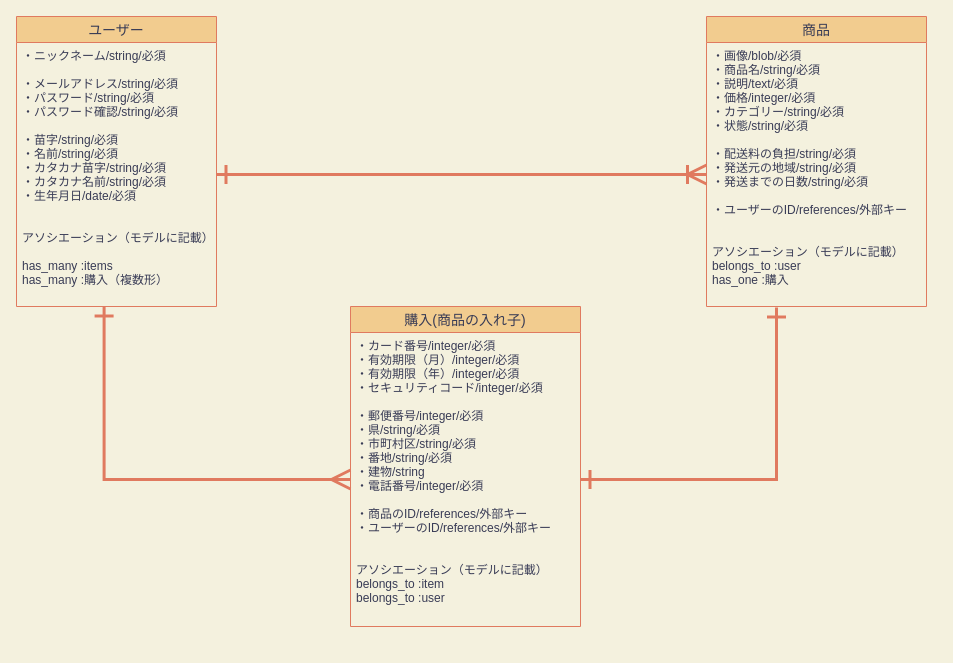
Sakao3/furima-32541 keeps this draw.io diagram as er_diagram/furima(Ja).dio. Above is the earlier version. Source tidied: cells renumbered, new cells numbered last; positions are measured from the earlier drawing's top-left corner, leaving out a move shared by most shapes. Both pictures are drawn from the tidied source at 100%, with x=0, y=0 at pixel (16, 16).
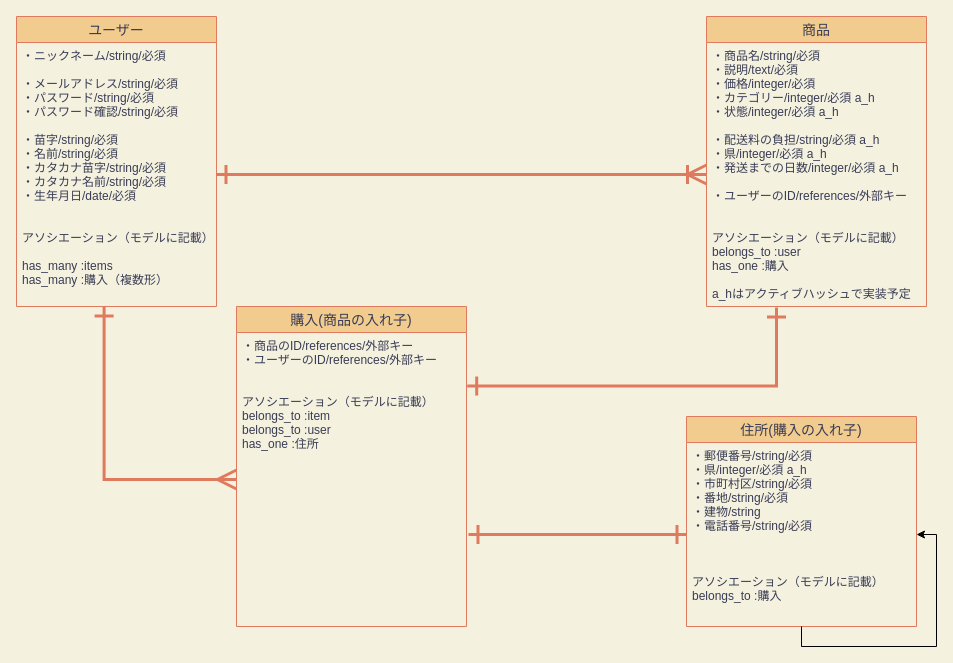
The same page after the edit.

Commit message (it also covers changes not shown here):
DB設計ER図　修正済

What changed in the source:
```diff
@@
 <mxGraphModel background="#F4F1DE">
   <root>
     <mxCell id="0" />
     <mxCell id="1" parent="0" />
     <mxCell id="2" value="ユーザー" style="swimlane;fontStyle=0;horizontal=1;startSize=26;align=center;fontSize=14;fillColor=#F2CC8F;strokeColor=#E07A5F;fontColor=#393C56;" parent="1" vertex="1">
       <mxGeometry width="200" height="290" as="geometry" />
     </mxCell>
     <mxCell id="3" value="・ニックネーム/string/必須 &#10;&#10;・メールアドレス/string/必須&#10;・パスワード/string/必須&#10;・パスワード確認/string/必須&#10;&#10;・苗字/string/必須&#10;・名前/string/必須&#10;・カタカナ苗字/string/必須&#10;・カタカナ名前/string/必須&#10;・生年月日/date/必須&#10;&#10;&#10;アソシエーション（モデルに記載）&#10;&#10;has_many :items&#10;has_many :購入（複数形）" style="text;strokeColor=none;fillColor=none;spacingLeft=4;spacingRight=4;overflow=hidden;points=[[0,0.5],[1,0.5]];portConstraint=eastwest;fontSize=12;fontColor=#393C56;" parent="2" vertex="1">
       <mxGeometry y="26" width="200" height="264" as="geometry" />
     </mxCell>
     <mxCell id="4" value="商品" style="swimlane;fontStyle=0;horizontal=1;startSize=26;align=center;fontSize=14;fillColor=#F2CC8F;strokeColor=#E07A5F;fontColor=#393C56;" parent="1" vertex="1">
       <mxGeometry x="690" width="220" height="290" as="geometry" />
     </mxCell>
-    <mxCell id="5" value="・画像/blob/必須&#10;・商品名/string/必須&#10;・説明/text/必須&#10;・価格/integer/必須&#10;・カテゴリー/string/必須&#10;・状態/string/必須&#10;&#10;・配送料の負担/string/必須&#10;・発送元の地域/string/必須&#10;・発送までの日数/string/必須&#10;&#10;・ユーザーのID/references/外部キー&#10;&#10;&#10;アソシエーション（モデルに記載）&#10;belongs_to :user&#10;has_one :購入&#10;" style="text;strokeColor=none;fillColor=none;spacingLeft=4;spacingRight=4;overflow=hidden;points=[[0,0.5],[1,0.5]];portConstraint=eastwest;fontSize=12;fontColor=#393C56;" parent="4" vertex="1">
+    <mxCell id="5" value="・商品名/string/必須&#10;・説明/text/必須&#10;・価格/integer/必須&#10;・カテゴリー/integer/必須 a_h&#10;・状態/integer/必須 a_h&#10;&#10;・配送料の負担/string/必須 a_h&#10;・県/integer/必須 a_h&#10;・発送までの日数/integer/必須 a_h&#10;&#10;・ユーザーのID/references/外部キー&#10;&#10;&#10;アソシエーション（モデルに記載）&#10;belongs_to :user&#10;has_one :購入&#10;&#10;a_hはアクティブハッシュで実装予定&#10;" style="text;strokeColor=none;fillColor=none;spacingLeft=4;spacingRight=4;overflow=hidden;points=[[0,0.5],[1,0.5]];portConstraint=eastwest;fontSize=12;fontColor=#393C56;" parent="4" vertex="1">
       <mxGeometry y="26" width="220" height="264" as="geometry" />
     </mxCell>
-    <mxCell id="6" value="購入(商品の入れ子)" style="swimlane;fontStyle=0;horizontal=1;startSize=26;align=center;fontSize=14;fillColor=#F2CC8F;strokeColor=#E07A5F;fontColor=#393C56;" parent="1" vertex="1">
-      <mxGeometry x="334" y="290" width="230" height="320" as="geometry" />
-    </mxCell>
-    <mxCell id="7" value="・カード番号/integer/必須&#10;・有効期限（月）/integer/必須&#10;・有効期限（年）/integer/必須&#10;・セキュリティコード/integer/必須&#10;&#10;・郵便番号/integer/必須&#10;・県/string/必須&#10;・市町村区/string/必須&#10;・番地/string/必須&#10;・建物/string&#10;・電話番号/integer/必須&#10;&#10;・商品のID/references/外部キー&#10;・ユーザーのID/references/外部キー&#10;&#10;&#10;アソシエーション（モデルに記載）&#10;belongs_to :item&#10;belongs_to :user" style="text;strokeColor=none;fillColor=none;spacingLeft=4;spacingRight=4;overflow=hidden;points=[[0,0.5],[1,0.5]];portConstraint=eastwest;fontSize=12;fontColor=#393C56;" parent="6" vertex="1">
-      <mxGeometry y="26" width="230" height="294" as="geometry" />
-    </mxCell>
     <mxCell id="8" style="edgeStyle=orthogonalEdgeStyle;rounded=0;jumpSize=10;jettySize=auto;html=1;entryX=0;entryY=0.5;entryDx=0;entryDy=0;startArrow=ERone;startFill=0;startSize=15;sourcePerimeterSpacing=10;endArrow=ERoneToMany;endFill=0;strokeColor=#E07A5F;strokeWidth=3;exitX=1;exitY=0.5;exitDx=0;exitDy=0;endSize=15;targetPerimeterSpacing=10;labelBackgroundColor=#F4F1DE;fontColor=#393C56;" parent="1" edge="1" source="3" target="5">
       <mxGeometry relative="1" as="geometry" />
     </mxCell>
-    <mxCell id="9" style="edgeStyle=orthogonalEdgeStyle;rounded=0;jumpSize=10;jettySize=auto;html=1;startArrow=ERone;startFill=0;startSize=15;sourcePerimeterSpacing=10;endArrow=ERone;endFill=0;strokeColor=#E07A5F;strokeWidth=3;endSize=15;targetPerimeterSpacing=10;exitX=1;exitY=0.5;exitDx=0;exitDy=0;labelBackgroundColor=#F4F1DE;fontColor=#393C56;" parent="1" edge="1" source="7">
+    <mxCell id="9" style="edgeStyle=orthogonalEdgeStyle;rounded=0;jumpSize=10;jettySize=auto;html=1;startArrow=ERone;startFill=0;startSize=15;sourcePerimeterSpacing=10;endArrow=ERone;endFill=0;strokeColor=#E07A5F;strokeWidth=3;endSize=15;targetPerimeterSpacing=10;labelBackgroundColor=#F4F1DE;fontColor=#393C56;exitX=1.003;exitY=0.182;exitDx=0;exitDy=0;exitPerimeter=0;" parent="1" edge="1" source="7">
       <mxGeometry relative="1" as="geometry">
         <mxPoint x="760" y="291" as="targetPoint" />
         <Array as="points">
-          <mxPoint x="760" y="463" />
+          <mxPoint x="760" y="370" />
         </Array>
       </mxGeometry>
     </mxCell>
     <mxCell id="10" style="edgeStyle=orthogonalEdgeStyle;rounded=0;jumpSize=10;jettySize=auto;html=1;exitX=0;exitY=0.5;exitDx=0;exitDy=0;entryX=0.438;entryY=1;entryDx=0;entryDy=0;entryPerimeter=0;startArrow=ERmany;startFill=0;startSize=15;sourcePerimeterSpacing=10;endArrow=ERone;endFill=0;endSize=15;targetPerimeterSpacing=10;strokeColor=#E07A5F;strokeWidth=3;labelBackgroundColor=#F4F1DE;fontColor=#393C56;" parent="1" edge="1" source="7" target="3">
       <mxGeometry relative="1" as="geometry" />
     </mxCell>
+    <mxCell id="6" value="購入(商品の入れ子)" style="swimlane;fontStyle=0;horizontal=1;startSize=26;align=center;fontSize=14;fillColor=#F2CC8F;strokeColor=#E07A5F;fontColor=#393C56;" parent="1" vertex="1">
+      <mxGeometry x="220" y="290" width="230" height="320" as="geometry" />
+    </mxCell>
+    <mxCell id="7" value="・商品のID/references/外部キー&#10;・ユーザーのID/references/外部キー&#10;&#10;&#10;アソシエーション（モデルに記載）&#10;belongs_to :item&#10;belongs_to :user&#10;has_one :住所" style="text;strokeColor=none;fillColor=none;spacingLeft=4;spacingRight=4;overflow=hidden;points=[[0,0.5],[1,0.5]];portConstraint=eastwest;fontSize=12;fontColor=#393C56;" parent="6" vertex="1">
+      <mxGeometry y="26" width="230" height="294" as="geometry" />
+    </mxCell>
+    <mxCell id="11" value="住所(購入の入れ子)" style="swimlane;fontStyle=0;horizontal=1;startSize=26;align=center;fontSize=14;fillColor=#F2CC8F;strokeColor=#E07A5F;fontColor=#393C56;" parent="1" vertex="1">
+      <mxGeometry x="670" y="400" width="230" height="210" as="geometry" />
+    </mxCell>
+    <mxCell id="12" value="・郵便番号/string/必須&#10;・県/integer/必須 a_h&#10;・市町村区/string/必須&#10;・番地/string/必須&#10;・建物/string&#10;・電話番号/string/必須&#10;&#10;&#10;&#10;アソシエーション（モデルに記載）&#10;belongs_to :購入&#10;" style="text;strokeColor=none;fillColor=none;spacingLeft=4;spacingRight=4;overflow=hidden;points=[[0,0.5],[1,0.5]];portConstraint=eastwest;fontSize=12;fontColor=#393C56;" parent="11" vertex="1">
+      <mxGeometry y="26" width="230" height="184" as="geometry" />
+    </mxCell>
+    <mxCell id="13" style="edgeStyle=orthogonalEdgeStyle;rounded=0;jettySize=auto;html=1;" parent="11" edge="1" source="11" target="12">
+      <mxGeometry relative="1" as="geometry" />
+    </mxCell>
+    <mxCell id="14" style="edgeStyle=orthogonalEdgeStyle;rounded=0;jumpSize=10;jettySize=auto;html=1;startArrow=ERone;startFill=0;startSize=15;sourcePerimeterSpacing=10;endArrow=ERone;endFill=0;strokeColor=#E07A5F;strokeWidth=3;endSize=15;targetPerimeterSpacing=10;labelBackgroundColor=#F4F1DE;fontColor=#393C56;entryX=0;entryY=0.5;entryDx=0;entryDy=0;" parent="1" edge="1" target="12">
+      <mxGeometry relative="1" as="geometry">
+        <mxPoint x="452" y="518" as="sourcePoint" />
+        <Array as="points">
+          <mxPoint x="480" y="518" />
+          <mxPoint x="480" y="518" />
+        </Array>
+      </mxGeometry>
+    </mxCell>
   </root>
 </mxGraphModel>
```
